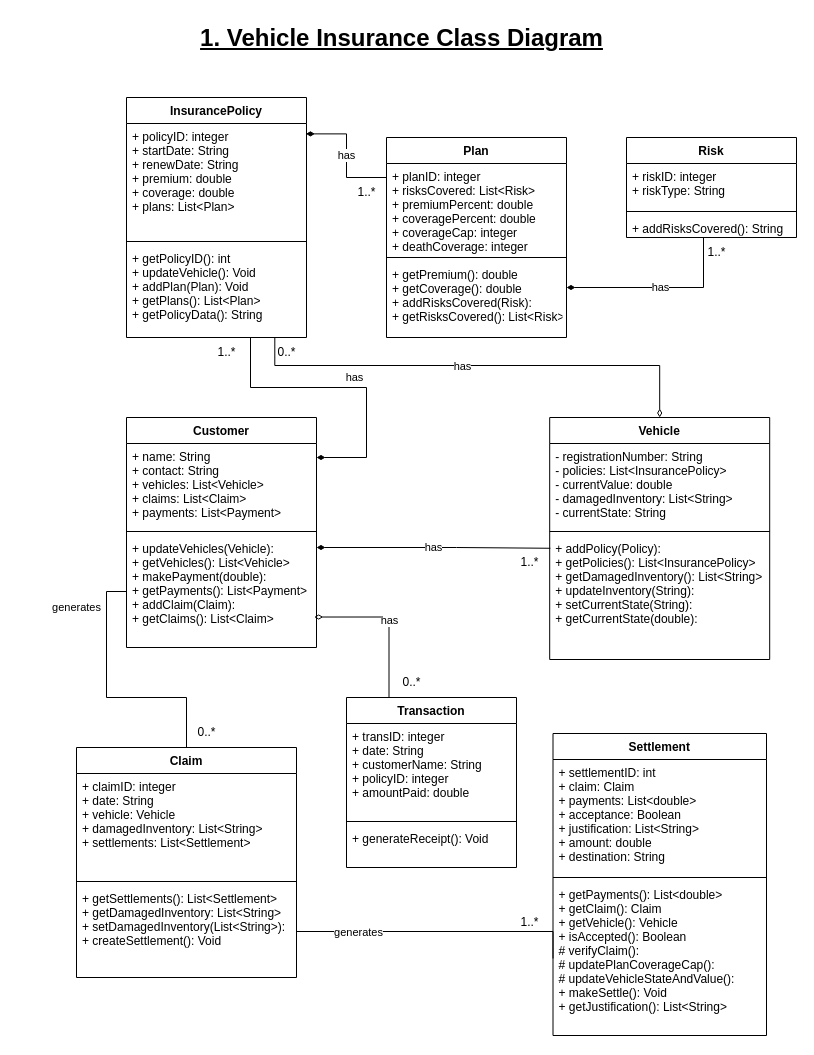
Above: Vehicle Insurance Diagram.drawio in SrikanthBonkuri/UML (draw.io), before the change. Source tidied: cells renumbered, new cells numbered last; positions are measured from the earlier drawing's top-left corner, leaving out a move shared by most shapes. Both pictures are drawn from the tidied source at 100%, with x=0, y=0 at pixel (76, 17).
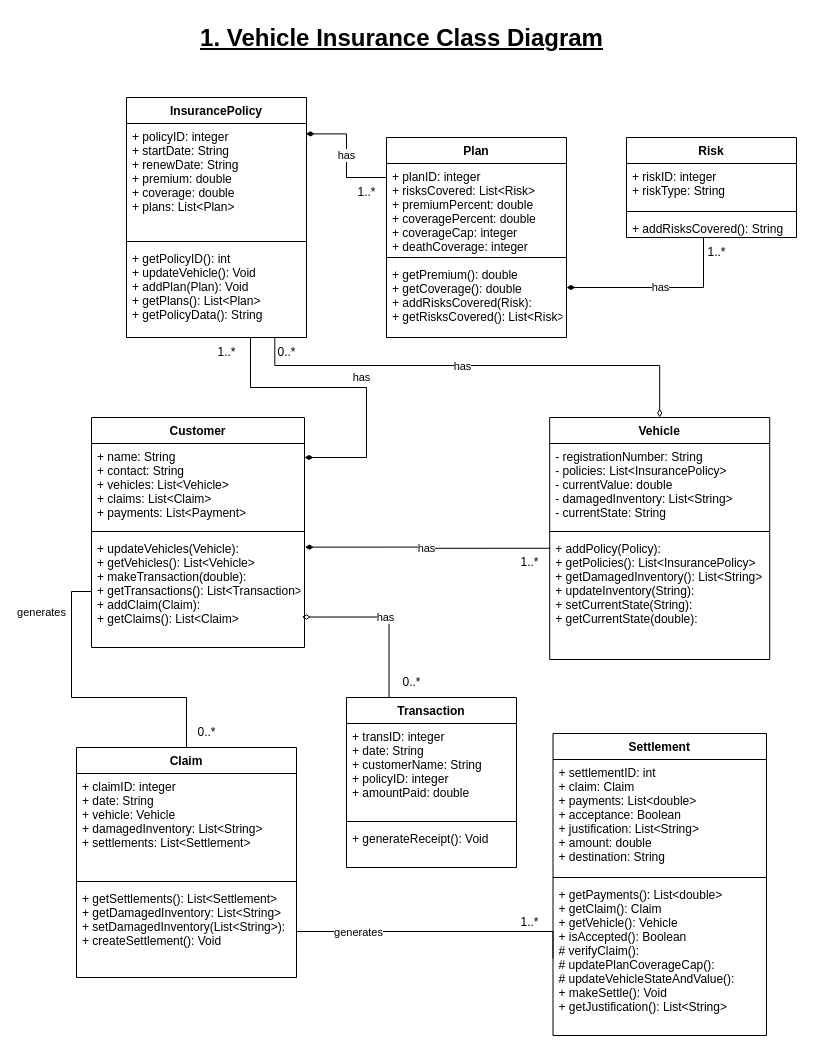
After the change.

Unchanged cells that the change refers to:
```xml
<mxCell id="10" value="+ addPolicy(Policy): &#10;+ getPolicies(): List&lt;InsurancePolicy&gt;&#10;+ getDamagedInventory(): List&lt;String&gt;&#10;+ updateInventory(String):&#10;+ setCurrentState(String):&#10;+ getCurrentState(double):" style="text;strokeColor=none;fillColor=none;align=left;verticalAlign=top;spacingLeft=4;spacingRight=4;overflow=hidden;points=[[0,0.5],[1,0.5]];portConstraint=eastwest;rounded=0;" parent="7" vertex="1">
  <mxGeometry y="118" width="220" height="124" as="geometry" />
</mxCell>
```

What changed in the source:
```diff
@@
     <mxCell id="2" value="Customer" style="swimlane;fontStyle=1;align=center;verticalAlign=top;horizontal=1;startSize=26;rounded=0;" parent="1" vertex="1">
-      <mxGeometry x="50" y="400" width="190" height="230" as="geometry" />
+      <mxGeometry x="15" y="400" width="213" height="230" as="geometry" />
     </mxCell>
     <mxCell id="3" value="+ name: String&#10;+ contact: String&#10;+ vehicles: List&lt;Vehicle&gt;&#10;+ claims: List&lt;Claim&gt;&#10;+ payments: List&lt;Payment&gt;" style="text;strokeColor=none;fillColor=none;align=left;verticalAlign=top;spacingLeft=4;spacingRight=4;overflow=hidden;points=[[0,0.5],[1,0.5]];portConstraint=eastwest;rounded=0;" parent="2" vertex="1">
-      <mxGeometry y="26" width="190" height="84" as="geometry" />
+      <mxGeometry y="26" width="213" height="84" as="geometry" />
     </mxCell>
     <mxCell id="4" style="line;strokeWidth=1;fillColor=none;align=left;verticalAlign=middle;spacingTop=-1;spacingLeft=3;spacingRight=3;labelPosition=right;rounded=0;" parent="2" vertex="1">
-      <mxGeometry y="110" width="190" height="8" as="geometry" />
+      <mxGeometry y="110" width="213" height="8" as="geometry" />
     </mxCell>
-    <mxCell id="5" value="has" style="edgeStyle=orthogonalEdgeStyle;rounded=0;jettySize=auto;html=1;exitX=1;exitY=0.5;exitDx=0;exitDy=0;endArrow=none;endFill=0;startArrow=diamondThin;startFill=1;entryX=0.003;entryY=0.103;entryDx=0;entryDy=0;entryPerimeter=0;" parent="2" edge="1" target="10">
-      <mxGeometry relative="1" as="geometry">
-        <mxPoint x="190" y="130" as="sourcePoint" />
-        <Array as="points">
-          <mxPoint x="330" y="130" />
-        </Array>
-      </mxGeometry>
-    </mxCell>
-    <mxCell id="6" value="+ updateVehicles(Vehicle): &#10;+ getVehicles(): List&lt;Vehicle&gt;&#10;+ makePayment(double):&#10;+ getPayments(): List&lt;Payment&gt;&#10;+ addClaim(Claim):&#10;+ getClaims(): List&lt;Claim&gt; " style="text;strokeColor=none;fillColor=none;align=left;verticalAlign=top;spacingLeft=4;spacingRight=4;overflow=hidden;points=[[0,0.5],[1,0.5]];portConstraint=eastwest;rounded=0;" parent="2" vertex="1">
-      <mxGeometry y="118" width="190" height="112" as="geometry" />
+    <mxCell id="6" value="+ updateVehicles(Vehicle): &#10;+ getVehicles(): List&lt;Vehicle&gt;&#10;+ makeTransaction(double):&#10;+ getTransactions(): List&lt;Transaction&gt;&#10;+ addClaim(Claim):&#10;+ getClaims(): List&lt;Claim&gt; " style="text;strokeColor=none;fillColor=none;align=left;verticalAlign=top;spacingLeft=4;spacingRight=4;overflow=hidden;points=[[0,0.5],[1,0.5]];portConstraint=eastwest;rounded=0;" parent="2" vertex="1">
+      <mxGeometry y="118" width="213" height="112" as="geometry" />
     </mxCell>
@@
+    <mxCell id="5" value="has" style="edgeStyle=orthogonalEdgeStyle;rounded=0;jettySize=auto;html=1;exitX=1.002;exitY=0.104;exitDx=0;exitDy=0;endArrow=none;endFill=0;startArrow=diamondThin;startFill=1;entryX=0.003;entryY=0.103;entryDx=0;entryDy=0;entryPerimeter=0;exitPerimeter=0;" parent="1" edge="1" source="6" target="10">
+      <mxGeometry relative="1" as="geometry">
+        <Array as="points">
+          <mxPoint x="345" y="530" />
+          <mxPoint x="345" y="531" />
+        </Array>
+      </mxGeometry>
+    </mxCell>
```
